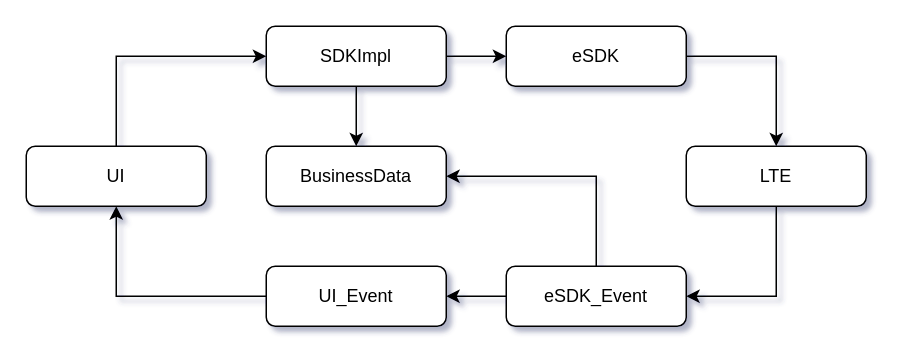
Above: Untitled Diagram.drawio in Mercy1101/my_doc (draw.io), before the change. Source tidied: cells renumbered, new cells numbered last; positions are measured from the earlier drawing's top-left corner, leaving out a move shared by most shapes. Both pictures are drawn from the tidied source at 150%, with x=0, y=0 at pixel (26, 26).
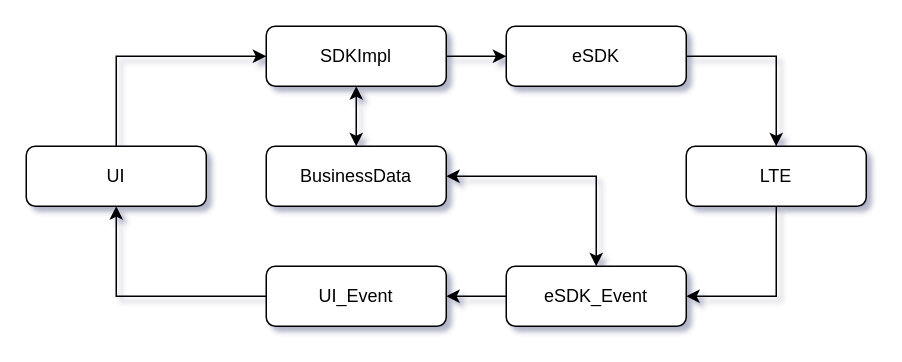
After the change.

Commit message:
业务逻辑调用分层.drawio

The edit, as a diff of the source:
```diff
@@
 <mxGraphModel shadow="1">
   <root>
     <mxCell id="0" />
     <mxCell id="1" parent="0" />
     <mxCell id="2" style="edgeStyle=orthogonalEdgeStyle;rounded=0;jettySize=auto;html=1;exitX=0.5;exitY=0;exitDx=0;exitDy=0;entryX=0;entryY=0.5;entryDx=0;entryDy=0;" parent="1" edge="1" source="3" target="11">
       <mxGeometry relative="1" as="geometry" />
     </mxCell>
     <mxCell id="3" value="UI" style="rounded=1;whiteSpace=wrap;html=1;fontSize=12;glass=0;strokeWidth=1;shadow=0;" parent="1" vertex="1">
       <mxGeometry y="80" width="120" height="40" as="geometry" />
     </mxCell>
     <mxCell id="4" value="BusinessData" style="rounded=1;whiteSpace=wrap;html=1;fontSize=12;glass=0;strokeWidth=1;shadow=0;" parent="1" vertex="1">
       <mxGeometry x="160" y="80" width="120" height="40" as="geometry" />
     </mxCell>
     <mxCell id="5" style="edgeStyle=orthogonalEdgeStyle;rounded=0;jettySize=auto;html=1;exitX=0.5;exitY=1;exitDx=0;exitDy=0;entryX=1;entryY=0.5;entryDx=0;entryDy=0;" parent="1" edge="1" source="6" target="14">
       <mxGeometry relative="1" as="geometry" />
     </mxCell>
     <mxCell id="6" value="LTE" style="rounded=1;whiteSpace=wrap;html=1;fontSize=12;glass=0;strokeWidth=1;shadow=0;" parent="1" vertex="1">
       <mxGeometry x="440" y="80" width="120" height="40" as="geometry" />
     </mxCell>
     <mxCell id="7" style="edgeStyle=orthogonalEdgeStyle;rounded=0;jettySize=auto;html=1;exitX=1;exitY=0.5;exitDx=0;exitDy=0;entryX=0.5;entryY=0;entryDx=0;entryDy=0;" parent="1" edge="1" source="8" target="6">
       <mxGeometry relative="1" as="geometry" />
     </mxCell>
     <mxCell id="8" value="eSDK" style="rounded=1;whiteSpace=wrap;html=1;fontSize=12;glass=0;strokeWidth=1;shadow=0;" parent="1" vertex="1">
       <mxGeometry x="320" width="120" height="40" as="geometry" />
     </mxCell>
     <mxCell id="9" style="edgeStyle=orthogonalEdgeStyle;rounded=0;jettySize=auto;html=1;exitX=1;exitY=0.5;exitDx=0;exitDy=0;entryX=0;entryY=0.5;entryDx=0;entryDy=0;" parent="1" edge="1" source="11" target="8">
       <mxGeometry relative="1" as="geometry" />
     </mxCell>
-    <mxCell id="10" style="edgeStyle=orthogonalEdgeStyle;rounded=0;jettySize=auto;html=1;exitX=0.5;exitY=1;exitDx=0;exitDy=0;entryX=0.5;entryY=0;entryDx=0;entryDy=0;" parent="1" edge="1" source="11" target="4">
+    <mxCell id="10" style="edgeStyle=orthogonalEdgeStyle;rounded=0;jettySize=auto;html=1;exitX=0.5;exitY=1;exitDx=0;exitDy=0;entryX=0.5;entryY=0;entryDx=0;entryDy=0;startArrow=classic;startFill=1;" parent="1" edge="1" source="11" target="4">
       <mxGeometry relative="1" as="geometry" />
     </mxCell>
     <mxCell id="11" value="SDKImpl" style="rounded=1;whiteSpace=wrap;html=1;fontSize=12;glass=0;strokeWidth=1;shadow=0;" parent="1" vertex="1">
       <mxGeometry x="160" width="120" height="40" as="geometry" />
     </mxCell>
     <mxCell id="12" style="edgeStyle=orthogonalEdgeStyle;rounded=0;jettySize=auto;html=1;exitX=0;exitY=0.5;exitDx=0;exitDy=0;entryX=1;entryY=0.5;entryDx=0;entryDy=0;" parent="1" edge="1" source="14" target="16">
       <mxGeometry relative="1" as="geometry" />
     </mxCell>
-    <mxCell id="13" style="edgeStyle=orthogonalEdgeStyle;rounded=0;jettySize=auto;html=1;exitX=0.5;exitY=0;exitDx=0;exitDy=0;entryX=1;entryY=0.5;entryDx=0;entryDy=0;" parent="1" edge="1" source="14" target="4">
+    <mxCell id="13" style="edgeStyle=orthogonalEdgeStyle;rounded=0;jettySize=auto;html=1;exitX=0.5;exitY=0;exitDx=0;exitDy=0;entryX=1;entryY=0.5;entryDx=0;entryDy=0;startArrow=classic;startFill=1;" parent="1" edge="1" source="14" target="4">
       <mxGeometry relative="1" as="geometry" />
     </mxCell>
     <mxCell id="14" value="eSDK_Event" style="rounded=1;whiteSpace=wrap;html=1;fontSize=12;glass=0;strokeWidth=1;shadow=0;" parent="1" vertex="1">
       <mxGeometry x="320" y="160" width="120" height="40" as="geometry" />
     </mxCell>
     <mxCell id="15" style="edgeStyle=orthogonalEdgeStyle;rounded=0;jettySize=auto;html=1;exitX=0;exitY=0.5;exitDx=0;exitDy=0;entryX=0.5;entryY=1;entryDx=0;entryDy=0;" parent="1" edge="1" source="16" target="3">
       <mxGeometry relative="1" as="geometry" />
     </mxCell>
     <mxCell id="16" value="UI_Event" style="rounded=1;whiteSpace=wrap;html=1;fontSize=12;glass=0;strokeWidth=1;shadow=0;" parent="1" vertex="1">
       <mxGeometry x="160" y="160" width="120" height="40" as="geometry" />
     </mxCell>
   </root>
 </mxGraphModel>
```
